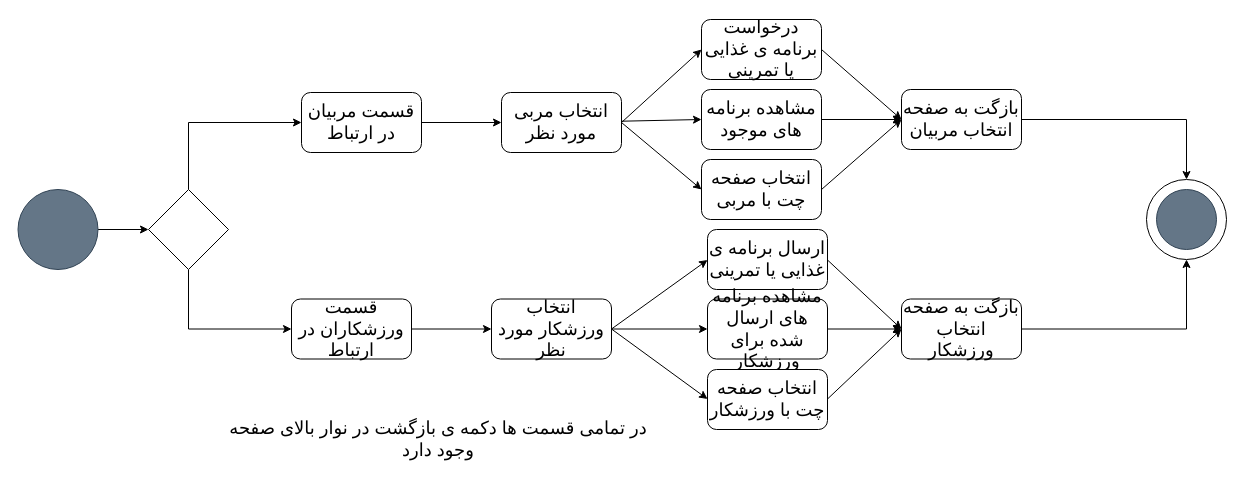
Earlier version of the draw.io diagram Activity Diagram/Request for Program Activity Diagram.drawio (mmohajer9/sama-online-coaching-system). Source tidied: cells renumbered, new cells numbered last; positions are measured from the earlier drawing's top-left corner, leaving out a move shared by most shapes. Both pictures are drawn from the tidied source at 100%, with x=0, y=0 at pixel (18, 19).
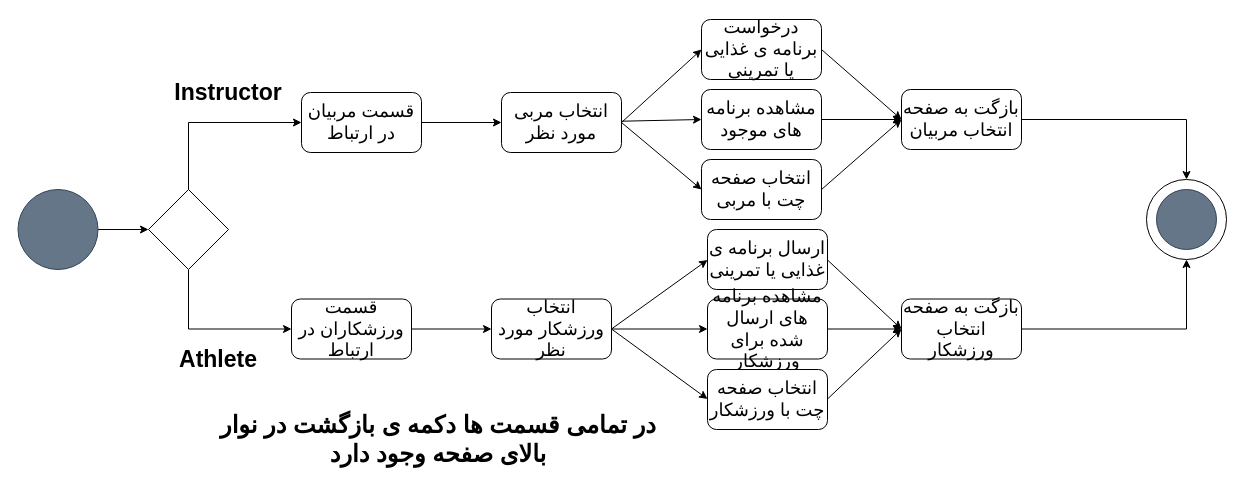
The same diagram, later.

The edit, as a diff of the source:
```diff
@@
-    <mxCell id="30" value="&lt;font style=&quot;font-size: 18px&quot;&gt;در تمامی قسمت ها دکمه ی بازگشت در نوار بالای صفحه وجود دارد&lt;/font&gt;" style="text;html=1;strokeColor=none;fillColor=none;align=center;verticalAlign=middle;whiteSpace=wrap;rounded=0;" parent="1" vertex="1">
+    <mxCell id="30" value="&lt;font size=&quot;1&quot;&gt;&lt;b style=&quot;font-size: 24px&quot;&gt;در تمامی قسمت ها دکمه ی بازگشت در نوار بالای صفحه وجود دارد&lt;/b&gt;&lt;/font&gt;" style="text;html=1;strokeColor=none;fillColor=none;align=center;verticalAlign=middle;whiteSpace=wrap;rounded=0;" parent="1" vertex="1">
       <mxGeometry x="200" y="410" width="440" height="20" as="geometry" />
     </mxCell>
@@
+    <mxCell id="38" value="&lt;font style=&quot;font-size: 23px&quot;&gt;&lt;b&gt;Instructor&lt;/b&gt;&lt;/font&gt;" style="text;html=1;strokeColor=none;fillColor=none;align=center;verticalAlign=middle;whiteSpace=wrap;rounded=0;" parent="1" vertex="1">
+      <mxGeometry x="159" y="43" width="102" height="60" as="geometry" />
+    </mxCell>
+    <mxCell id="39" value="&lt;font style=&quot;font-size: 23px&quot;&gt;&lt;b&gt;Athlete&lt;/b&gt;&lt;/font&gt;" style="text;html=1;strokeColor=none;fillColor=none;align=center;verticalAlign=middle;whiteSpace=wrap;rounded=0;" parent="1" vertex="1">
+      <mxGeometry x="149" y="309.5" width="102" height="60" as="geometry" />
+    </mxCell>
```
